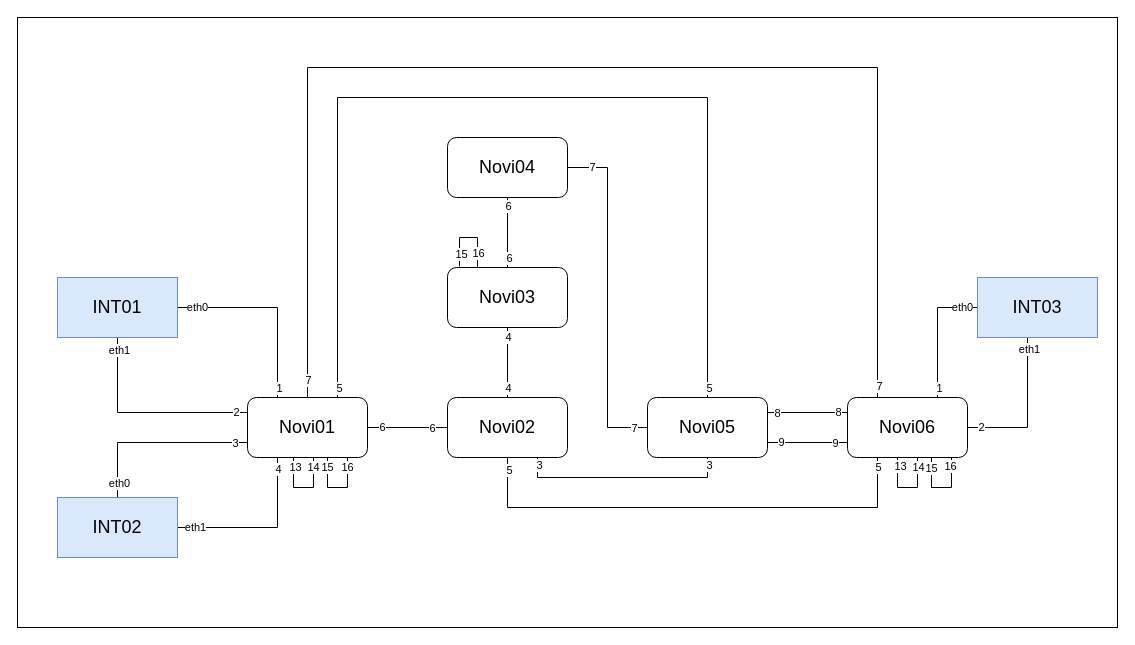
Above: images/AmlightINTLab.drawio in kytos-ng/kytos-end-to-end-tests (draw.io), before the change. Source tidied: cells renumbered, new cells numbered last; positions are measured from the earlier drawing's top-left corner, leaving out a move shared by most shapes. Both pictures are drawn from the tidied source at 100%, with x=0, y=0 at pixel (17, 17).
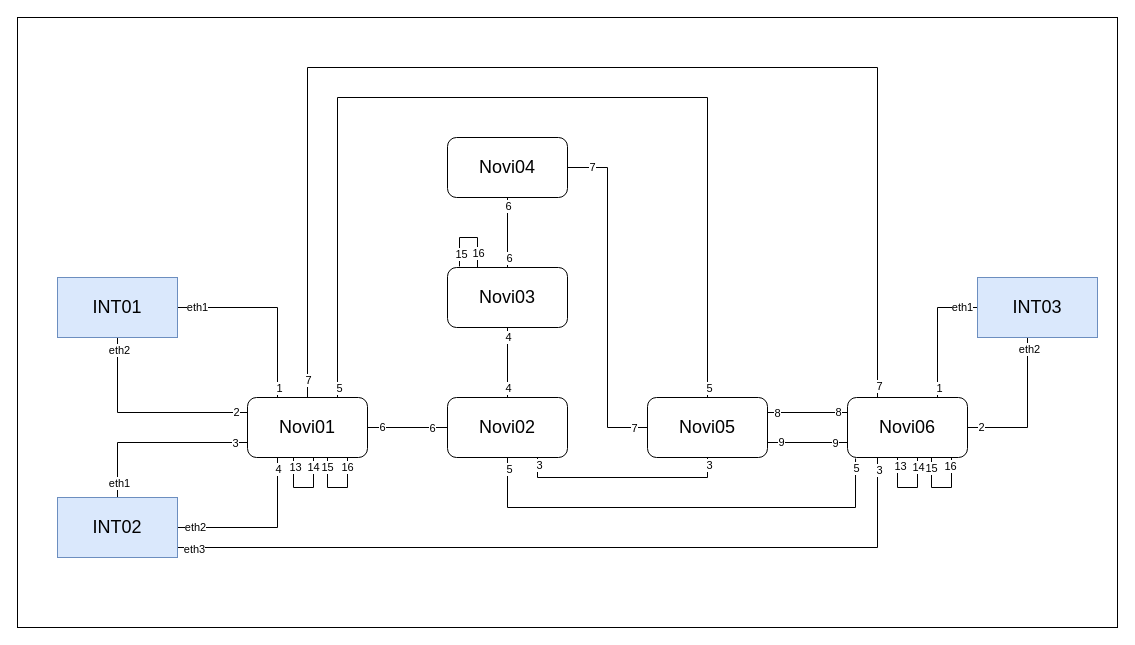
Above is the later version.

The change refers to these unchanged cells:
```xml
<mxCell id="13" style="edgeStyle=orthogonalEdgeStyle;rounded=0;jettySize=auto;html=1;entryX=0.25;entryY=0;entryDx=0;entryDy=0;endArrow=none;endFill=0;" parent="1" edge="1" source="19" target="12">
  <mxGeometry relative="1" as="geometry" />
</mxCell>
<mxCell id="16" style="edgeStyle=orthogonalEdgeStyle;rounded=0;jettySize=auto;html=1;entryX=0;entryY=0.25;entryDx=0;entryDy=0;endArrow=none;endFill=0;" parent="1" edge="1" source="19" target="12">
  <mxGeometry relative="1" as="geometry">
    <Array as="points">
      <mxPoint x="100" y="395" />
    </Array>
  </mxGeometry>
</mxCell>
<mxCell id="20" style="edgeStyle=orthogonalEdgeStyle;rounded=0;jettySize=auto;html=1;entryX=0;entryY=0.75;entryDx=0;entryDy=0;endArrow=none;endFill=0;" parent="1" edge="1" source="26" target="12">
  <mxGeometry relative="1" as="geometry">
    <Array as="points">
      <mxPoint x="100" y="425" />
    </Array>
  </mxGeometry>
</mxCell>
<mxCell id="23" style="edgeStyle=orthogonalEdgeStyle;rounded=0;jettySize=auto;html=1;entryX=0.25;entryY=1;entryDx=0;entryDy=0;endArrow=none;endFill=0;" parent="1" edge="1" source="26" target="12">
  <mxGeometry relative="1" as="geometry" />
</mxCell>
<mxCell id="26" value="&lt;font style=&quot;font-size: 18px&quot;&gt;INT02&lt;/font&gt;" style="rounded=0;whiteSpace=wrap;html=1;fillColor=#dae8fc;strokeColor=#6c8ebf;" parent="1" vertex="1">
  <mxGeometry x="40" y="480" width="120" height="60" as="geometry" />
</mxCell>
<mxCell id="36" value="&lt;font style=&quot;font-size: 18px&quot;&gt;Novi02&lt;/font&gt;" style="rounded=1;whiteSpace=wrap;html=1;" parent="1" vertex="1">
  <mxGeometry x="430" y="380" width="120" height="60" as="geometry" />
</mxCell>
<mxCell id="52" value="&lt;font style=&quot;font-size: 18px&quot;&gt;Novi06&lt;/font&gt;" style="rounded=1;whiteSpace=wrap;html=1;" parent="1" vertex="1">
  <mxGeometry x="830" y="380" width="120" height="60" as="geometry" />
</mxCell>
<mxCell id="53" style="edgeStyle=orthogonalEdgeStyle;rounded=0;jettySize=auto;html=1;entryX=1;entryY=0.5;entryDx=0;entryDy=0;endArrow=none;endFill=0;" parent="1" edge="1" source="59" target="52">
  <mxGeometry relative="1" as="geometry">
    <Array as="points">
      <mxPoint x="1010" y="410" />
    </Array>
  </mxGeometry>
</mxCell>
<mxCell id="56" style="edgeStyle=orthogonalEdgeStyle;rounded=0;jettySize=auto;html=1;entryX=0.75;entryY=0;entryDx=0;entryDy=0;endArrow=none;endFill=0;" parent="1" edge="1" source="59" target="52">
  <mxGeometry relative="1" as="geometry">
    <Array as="points">
      <mxPoint x="920" y="290" />
    </Array>
  </mxGeometry>
</mxCell>
```

Diff of the diagram source:
```diff
@@
-    <mxCell id="15" value="eth0" style="edgeLabel;html=1;align=center;verticalAlign=middle;" parent="13" vertex="1">
+    <mxCell id="15" value="eth1" style="edgeLabel;html=1;align=center;verticalAlign=middle;" parent="13" vertex="1">
       <mxGeometry x="-0.9" y="1" relative="1" as="geometry">
         <mxPoint x="10.9" as="offset" />
       </mxGeometry>
     </mxCell>
@@
-    <mxCell id="18" value="eth1" style="edgeLabel;html=1;align=center;verticalAlign=middle;" parent="16" vertex="1">
+    <mxCell id="18" value="eth2" style="edgeLabel;html=1;align=center;verticalAlign=middle;" parent="16" vertex="1">
       <mxGeometry x="-0.88" y="1" relative="1" as="geometry" />
     </mxCell>
@@
-    <mxCell id="22" value="eth0" style="edgeLabel;html=1;align=center;verticalAlign=middle;" parent="20" vertex="1">
+    <mxCell id="22" value="eth1" style="edgeLabel;html=1;align=center;verticalAlign=middle;" parent="20" vertex="1">
       <mxGeometry x="-0.84" y="-1" relative="1" as="geometry" />
     </mxCell>
@@
-    <mxCell id="25" value="eth1" style="edgeLabel;html=1;align=center;verticalAlign=middle;" parent="23" vertex="1">
+    <mxCell id="25" value="eth2" style="edgeLabel;html=1;align=center;verticalAlign=middle;" parent="23" vertex="1">
       <mxGeometry x="-0.8" y="1" relative="1" as="geometry" />
     </mxCell>
+    <mxCell id="75" style="edgeStyle=orthogonalEdgeStyle;rounded=0;jettySize=auto;html=1;entryX=0.25;entryY=1;entryDx=0;entryDy=0;endArrow=none;endFill=0;" parent="1" edge="1" source="26" target="52">
+      <mxGeometry relative="1" as="geometry">
+        <Array as="points">
+          <mxPoint x="860" y="530" />
+        </Array>
+      </mxGeometry>
+    </mxCell>
+    <mxCell id="76" value="3" style="edgeLabel;html=1;align=center;verticalAlign=middle;" parent="75" vertex="1">
+      <mxGeometry x="0.97" y="-1" relative="1" as="geometry" />
+    </mxCell>
+    <mxCell id="77" value="eth3" style="edgeLabel;html=1;align=center;verticalAlign=middle;" parent="75" vertex="1">
+      <mxGeometry x="-0.96" y="-1" relative="1" as="geometry" />
+    </mxCell>
@@
-    <mxCell id="33" style="edgeStyle=orthogonalEdgeStyle;rounded=0;jettySize=auto;html=1;entryX=0.25;entryY=1;entryDx=0;entryDy=0;endArrow=none;endFill=0;" parent="1" edge="1" source="36" target="52">
+    <mxCell id="33" style="edgeStyle=orthogonalEdgeStyle;rounded=0;jettySize=auto;html=1;entryX=0.067;entryY=1.017;entryDx=0;entryDy=0;endArrow=none;endFill=0;entryPerimeter=0;" parent="1" edge="1" source="36" target="52">
       <mxGeometry relative="1" as="geometry">
         <Array as="points">
           <mxPoint x="490" y="490" />
-          <mxPoint x="860" y="490" />
+          <mxPoint x="838" y="490" />
         </Array>
       </mxGeometry>
     </mxCell>
@@
-    <mxCell id="55" value="eth1" style="edgeLabel;html=1;align=center;verticalAlign=middle;" parent="53" vertex="1">
+    <mxCell id="55" value="eth2" style="edgeLabel;html=1;align=center;verticalAlign=middle;" parent="53" vertex="1">
       <mxGeometry x="-0.85" y="1" relative="1" as="geometry" />
     </mxCell>
@@
-    <mxCell id="58" value="eth0" style="edgeLabel;html=1;align=center;verticalAlign=middle;" parent="56" vertex="1">
+    <mxCell id="58" value="eth1" style="edgeLabel;html=1;align=center;verticalAlign=middle;" parent="56" vertex="1">
       <mxGeometry x="-0.76" y="-1" relative="1" as="geometry" />
     </mxCell>
```
